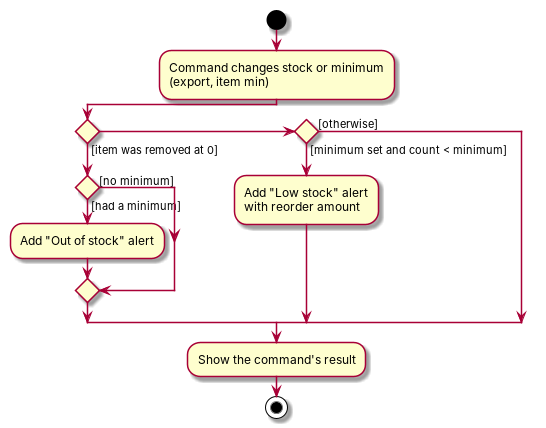
Earlier version of the PlantUML export docs/images/LowStockAlertActivity.png (AY2627S1-CS2113-W14-4/tp). Its source is kept beside it as docs/diagrams/LowStockAlertActivity.puml.
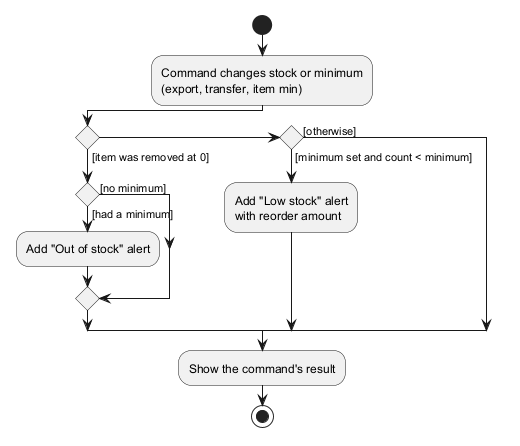
After the commit.

Diff of the diagram source:
```diff
@@ -1,7 +1,7 @@
 @startuml
 start
 :Command changes stock or minimum
-(export, item min);
+(export, transfer, item min);
 if () then ([item was removed at 0])
     if () then ([had a minimum])
         :Add "Out of stock" alert;
```
